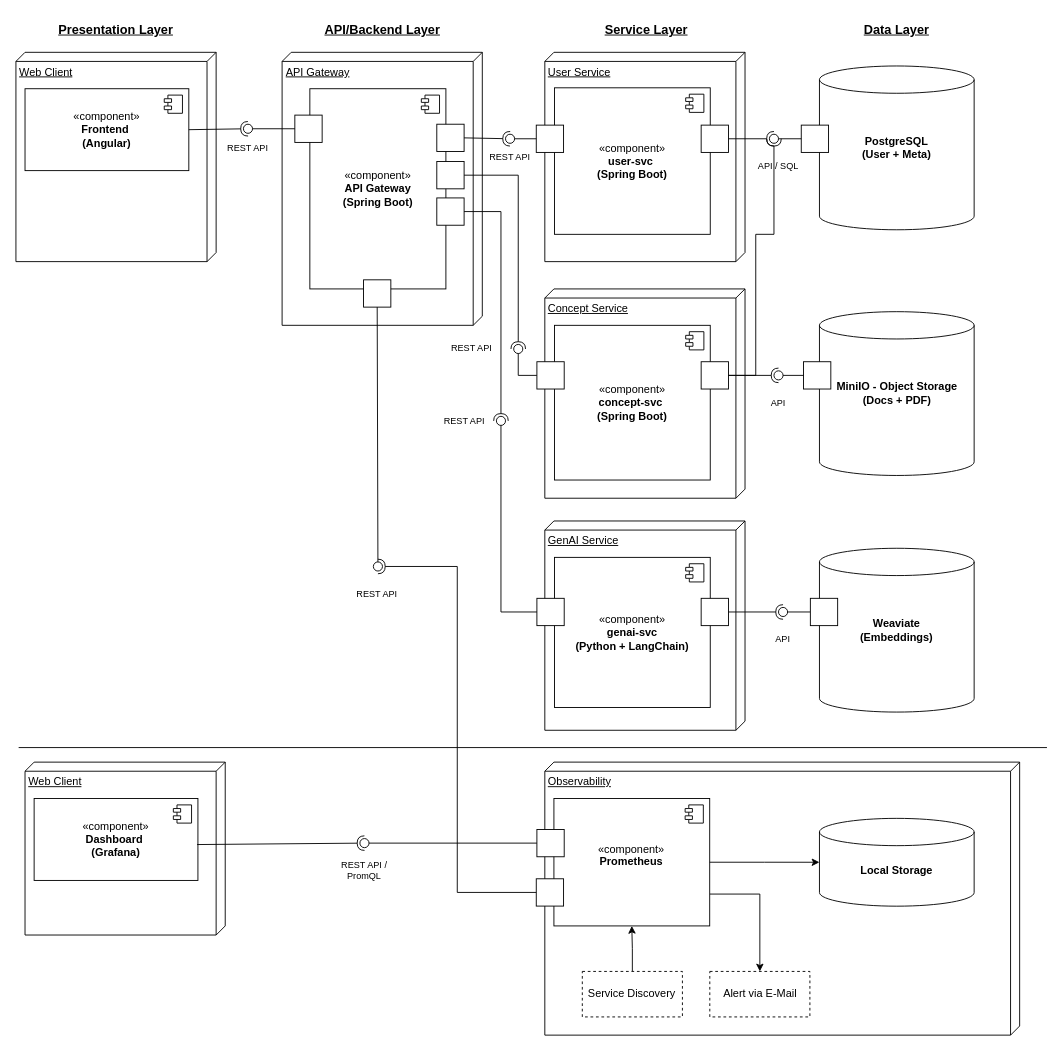
Earlier version of the draw.io diagram uml/AI_Event_Concepter_UML_Component_Diagram.drawio (AET-DevOps25/team-git-push-force). Source tidied: cells renumbered, new cells numbered last; positions are measured from the earlier drawing's top-left corner, leaving out a move shared by most shapes. Both pictures are drawn from the tidied source at 91%, with x=0, y=0 at pixel (15, 15).
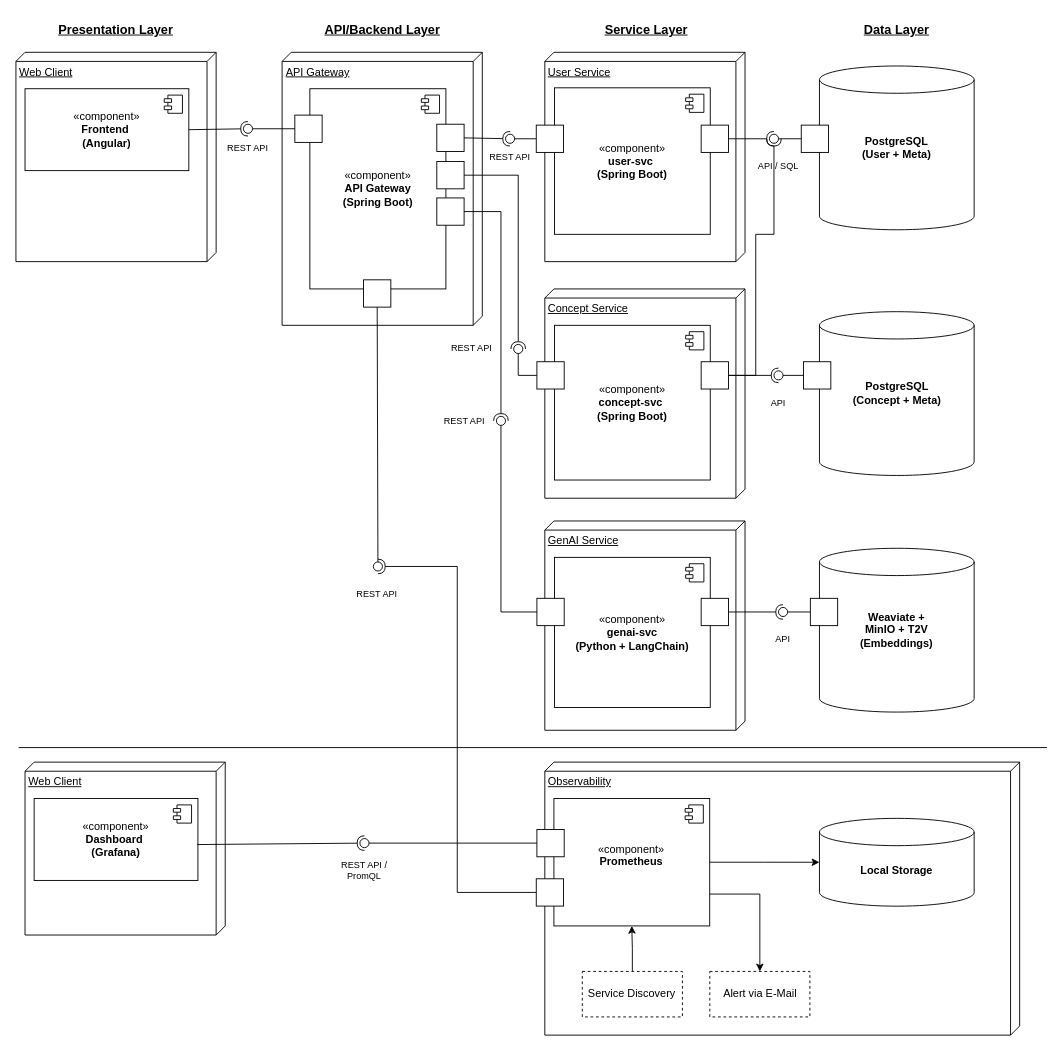
Above is the later version.

Unchanged cells that the change refers to:
```xml
<mxCell id="44" style="group;" parent="1" vertex="1">
  <mxGeometry x="883" y="325" width="190" height="180" as="geometry" />
</mxCell>
<mxCell id="48" style="group;" parent="1" vertex="1">
  <mxGeometry x="883" y="585" width="170" height="180" as="geometry" />
</mxCell>
```

What changed in the source:
```diff
@@
-    <mxCell id="46" value="&lt;b&gt;MiniIO - Object Storage&lt;/b&gt;&lt;div&gt;&lt;b&gt;(Docs + PDF)&lt;/b&gt;&lt;/div&gt;" style="text;html=1;align=center;verticalAlign=middle;whiteSpace=wrap;rounded=0;" parent="44" vertex="1">
+    <mxCell id="46" value="&lt;b&gt;PostgreSQL&lt;br&gt;(Concept + Meta)&lt;/b&gt;" style="text;html=1;align=center;verticalAlign=middle;whiteSpace=wrap;rounded=0;" parent="44" vertex="1">
       <mxGeometry x="12.5" y="75" width="145" height="30" as="geometry" />
     </mxCell>
@@
-    <mxCell id="50" value="&lt;b&gt;Weaviate&lt;/b&gt;&lt;div&gt;&lt;b&gt;(Embeddings)&lt;/b&gt;&lt;/div&gt;" style="text;html=1;align=center;verticalAlign=middle;whiteSpace=wrap;rounded=0;" parent="48" vertex="1">
+    <mxCell id="50" value="&lt;b&gt;Weaviate + MinIO + T2V&lt;/b&gt;&lt;div&gt;&lt;b&gt;(Embeddings)&lt;/b&gt;&lt;/div&gt;" style="text;html=1;align=center;verticalAlign=middle;whiteSpace=wrap;rounded=0;" parent="48" vertex="1">
       <mxGeometry x="45" y="75" width="80" height="30" as="geometry" />
     </mxCell>
```
